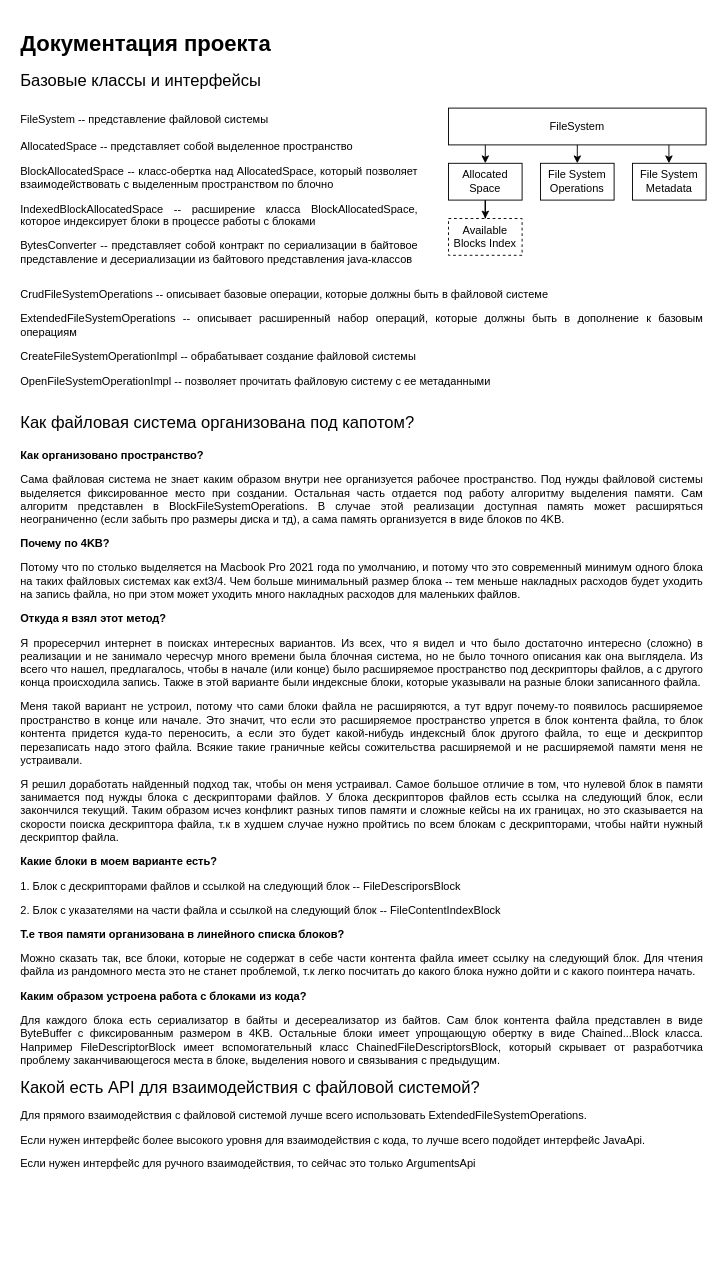
Before: etc/fs_arch.drawio in vdlald/file-system, a draw.io diagram. Source tidied: cells renumbered, new cells numbered last; positions are measured from the earlier drawing's top-left corner, leaving out a move shared by most shapes. Both pictures are drawn from the tidied source at 92%, with x=0, y=0 at pixel (16, 25).
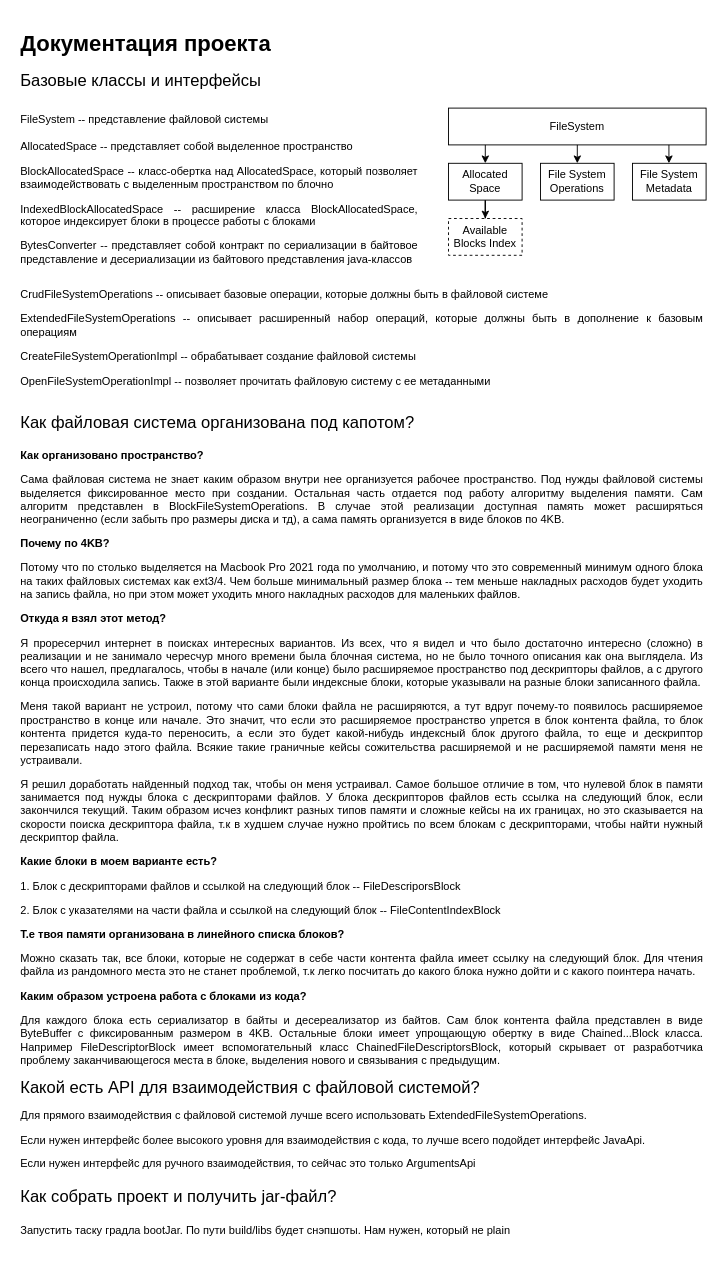
The same page after the edit.

Change to the diagram source:
```diff
@@
 <mxGraphModel>
   <root>
     <mxCell id="0" />
     <mxCell id="1" parent="0" />
     <mxCell id="2" value="FileSystem" style="rounded=0;whiteSpace=wrap;html=1;" parent="1" vertex="1">
       <mxGeometry x="470" y="90" width="280" height="40" as="geometry" />
     </mxCell>
     <mxCell id="3" style="edgeStyle=orthogonalEdgeStyle;rounded=0;jettySize=auto;html=1;" parent="1" edge="1" source="4" target="11">
       <mxGeometry relative="1" as="geometry" />
     </mxCell>
     <mxCell id="4" value="Allocated Space" style="rounded=0;whiteSpace=wrap;html=1;" parent="1" vertex="1">
       <mxGeometry x="470" y="150" width="80" height="40" as="geometry" />
     </mxCell>
     <mxCell id="5" value="File System Operations" style="rounded=0;whiteSpace=wrap;html=1;" parent="1" vertex="1">
       <mxGeometry x="570" y="150" width="80" height="40" as="geometry" />
     </mxCell>
     <mxCell id="6" value="File System&lt;br&gt;Metadata" style="rounded=0;whiteSpace=wrap;html=1;" parent="1" vertex="1">
       <mxGeometry x="670" y="150" width="80" height="40" as="geometry" />
     </mxCell>
     <mxCell id="7" style="endArrow=classic;html=1;rounded=0;exitX=0.5;exitY=1;exitDx=0;exitDy=0;entryX=0.5;entryY=0;entryDx=0;entryDy=0;" parent="1" edge="1" source="2" target="5">
       <mxGeometry relative="1" as="geometry" />
     </mxCell>
     <mxCell id="8" style="endArrow=classic;html=1;rounded=0;exitX=0.5;exitY=1;exitDx=0;exitDy=0;entryX=0.5;entryY=0;entryDx=0;entryDy=0;" parent="1" edge="1">
       <mxGeometry relative="1" as="geometry">
         <mxPoint x="510" y="130" as="sourcePoint" />
         <mxPoint x="510" y="150" as="targetPoint" />
       </mxGeometry>
     </mxCell>
     <mxCell id="9" style="endArrow=classic;html=1;rounded=0;exitX=0.5;exitY=1;exitDx=0;exitDy=0;entryX=0.5;entryY=0;entryDx=0;entryDy=0;" parent="1" edge="1">
       <mxGeometry relative="1" as="geometry">
         <mxPoint x="709.6" y="130" as="sourcePoint" />
         <mxPoint x="709.6" y="150" as="targetPoint" />
       </mxGeometry>
     </mxCell>
     <mxCell id="10" value="&lt;h1 style=&quot;text-align: justify;&quot;&gt;Документация проекта&lt;/h1&gt;&lt;h1 style=&quot;text-align: justify;&quot;&gt;&lt;p style=&quot;font-size: 12px; font-weight: 400;&quot;&gt;&lt;font style=&quot;font-size: 18px;&quot;&gt;Базовые классы и интерфейсы&lt;/font&gt;&lt;/p&gt;&lt;span style=&quot;font-size: 12px; font-weight: 400;&quot;&gt;FileSystem -- п&lt;/span&gt;&lt;span style=&quot;font-size: 12px; font-weight: 400; background-color: initial;&quot;&gt;редставление файловой системы&lt;/span&gt;&lt;span style=&quot;font-size: 12px; font-weight: 400;&quot;&gt;&lt;br&gt;&lt;/span&gt;&lt;p style=&quot;font-size: 12px; font-weight: 400;&quot;&gt;AllocatedSpace -- представляет собой выделенное пространство&amp;nbsp;&lt;/p&gt;&lt;p style=&quot;font-size: 12px; font-weight: 400;&quot;&gt;&lt;span style=&quot;background-color: initial;&quot;&gt;BlockAllocatedSpace -- класс-обертка над AllocatedSpace, который позволяет взаимодействовать с выделенным пространством по блочно&lt;/span&gt;&lt;/p&gt;&lt;p style=&quot;font-size: 12px; font-weight: 400;&quot;&gt;IndexedBlockAllocatedSpace -- расширение класса BlockAllocatedSpace, которое индексирует блоки в процессе работы с блоками&lt;/p&gt;&lt;p style=&quot;font-size: 12px; font-weight: 400;&quot;&gt;BytesConverter -- представляет собой контракт по сериализации в байтовое представление и десериализации из байтового представления java-классов&amp;nbsp;&lt;/p&gt;&lt;p style=&quot;font-size: 12px; font-weight: 400;&quot;&gt;&lt;br&gt;&lt;/p&gt;&lt;/h1&gt;" style="text;html=1;strokeColor=none;fillColor=none;spacing=5;spacingTop=-20;whiteSpace=wrap;overflow=hidden;rounded=0;" parent="1" vertex="1">
       <mxGeometry width="440" height="280" as="geometry" />
     </mxCell>
     <mxCell id="11" value="Available Blocks Index" style="rounded=0;whiteSpace=wrap;html=1;dashed=1;" parent="1" vertex="1">
       <mxGeometry x="470" y="210" width="80" height="40" as="geometry" />
     </mxCell>
     <mxCell id="12" value="&lt;h1 style=&quot;&quot;&gt;&lt;p style=&quot;text-align: justify; font-size: 12px; font-weight: 400;&quot;&gt;CrudFileSystemOperations -- описывает базовые операции, которые должны быть в файловой системе&lt;/p&gt;&lt;p style=&quot;text-align: justify; font-size: 12px; font-weight: 400;&quot;&gt;ExtendedFileSystemOperations -- описывает расширенный набор операций, которые должны быть в дополнение к базовым операциям&lt;/p&gt;&lt;p style=&quot;text-align: justify; font-size: 12px; font-weight: 400;&quot;&gt;CreateFileSystemOperationImpl -- обрабатывает создание файловой системы&lt;/p&gt;&lt;p style=&quot;text-align: justify; font-size: 12px; font-weight: 400;&quot;&gt;OpenFileSystemOperationImpl -- позволяет прочитать файловую систему с ее метаданными&lt;/p&gt;&lt;/h1&gt;" style="text;html=1;strokeColor=none;fillColor=none;spacing=5;spacingTop=-20;whiteSpace=wrap;overflow=hidden;rounded=0;align=left;" parent="1" vertex="1">
       <mxGeometry y="280" width="750" height="120" as="geometry" />
     </mxCell>
-    <mxCell id="13" value="&lt;h1&gt;&lt;span style=&quot;font-size: 18px; font-weight: normal;&quot;&gt;Как файловая система организована под капотом?&lt;/span&gt;&lt;/h1&gt;&lt;p style=&quot;text-align: justify;&quot;&gt;&lt;b&gt;Как организовано пространство?&lt;/b&gt;&lt;/p&gt;&lt;p style=&quot;text-align: justify;&quot;&gt;Сама файловая система не знает каким образом внутри нее организуется рабочее пространство. Под нужды файловой системы выделяется фиксированное место при создании. Остальная часть отдается под работу алгоритму выделения памяти. Сам алгоритм представлен в BlockFileSystemOperations. В случае этой реализации доступная память может расширяться неограниченно (если забыть про размеры диска и тд), а сама память организуется в виде блоков по 4KB.&amp;nbsp;&lt;/p&gt;&lt;p style=&quot;text-align: justify;&quot;&gt;&lt;b&gt;Почему по 4KB?&amp;nbsp;&lt;/b&gt;&lt;/p&gt;&lt;p style=&quot;text-align: justify;&quot;&gt;Потому что по столько выделяется на Macbook Pro 2021 года по умолчанию, и потому что это современный минимум одного блока на таких файловых системах как ext3/4. Чем больше минимальный размер блока -- тем меньше накладных расходов будет уходить на запись файла, но при этом может уходить много накладных расходов для маленьких файлов.&amp;nbsp;&lt;/p&gt;&lt;p style=&quot;text-align: justify;&quot;&gt;&lt;b&gt;Откуда я взял этот метод?&lt;/b&gt;&lt;/p&gt;&lt;p style=&quot;text-align: justify;&quot;&gt;Я проресерчил интернет в поисках интересных вариантов. Из всех, что я видел и что было достаточно интересно (сложно) в реализации и не занимало чересчур много времени была блочная система, но не было точного описания как она выглядела. Из всего что нашел, предлагалось, чтобы в начале (или конце) было расширяемое пространство под дескрипторы файлов, а с другого конца происходила запись. Также в этой варианте были индексные блоки, которые указывали на разные блоки записанного файла.&lt;/p&gt;&lt;p style=&quot;text-align: justify;&quot;&gt;Меня такой вариант не устроил, потому что с&lt;span style=&quot;background-color: initial;&quot;&gt;ами блоки файла не расширяются, а тут вдруг почему-то появилось расширяемое пространство в конце или начале. Это значит, что если это расширяемое пространство упрется в блок контента файла, то блок контента придется куда-то переносить, а если это будет какой-нибудь индексный блок другого файла, то еще и дескриптор перезаписать надо этого файла. Всякие такие граничные кейсы сожительства расширяемой и не расширяемой памяти меня не устраивали.&lt;/span&gt;&lt;/p&gt;&lt;p style=&quot;text-align: justify;&quot;&gt;Я решил доработать найденный подход так, чтобы он меня устраивал. Самое большое отличие в том, что нулевой блок в памяти занимается под нужды блока с дескрипторами файлов. У блока дескрипторов файлов есть ссылка на следующий блок, если закончился текущий. Таким образом исчез конфликт разных типов памяти и сложные кейсы на их границах, но это сказывается на скорости поиска дескриптора файла, т.к в худшем случае нужно пройтись по всем блокам с дескрипторами, чтобы найти нужный дескриптор файла.&amp;nbsp;&lt;/p&gt;&lt;p style=&quot;text-align: justify;&quot;&gt;&lt;b&gt;Какие блоки в моем варианте есть?&lt;/b&gt;&lt;/p&gt;&lt;p style=&quot;text-align: justify;&quot;&gt;1. Блок с дескрипторами файлов и ссылкой на следующий блок -- FileDescriporsBlock&lt;/p&gt;&lt;p style=&quot;text-align: justify;&quot;&gt;2. Блок с указателями на части файла и ссылкой на следующий блок -- FileContentIndexBlock&lt;/p&gt;&lt;p style=&quot;text-align: justify;&quot;&gt;&lt;b&gt;Т.е твоя памяти организована в линейного списка блоков?&lt;/b&gt;&lt;/p&gt;&lt;p style=&quot;text-align: justify;&quot;&gt;Можно сказать так, все блоки, которые не содержат в себе части контента файла имеет ссылку на следующий блок. Для чтения файла из рандомного места это не станет проблемой, т.к легко посчитать до какого блока нужно дойти и с какого поинтера начать.&lt;/p&gt;&lt;p style=&quot;text-align: justify;&quot;&gt;&lt;b style=&quot;background-color: initial;&quot;&gt;Каким образом устроена работа с блоками из кода?&lt;/b&gt;&lt;br&gt;&lt;/p&gt;&lt;p style=&quot;text-align: justify;&quot;&gt;Для каждого блока есть сериализатор в байты и десереализатор из байтов. Сам блок контента файла представлен в виде ByteBuffer с фиксированным размером в 4KB. Остальные блоки имеет упрощающую обертку в виде Chained...Block класса. Например FileDescriptorBlock имеет вспомогательный класс ChainedFileDescriptorsBlock, который скрывает от разработчика проблему заканчивающегося места в блоке, выделения нового и связывания с предыдущим.&lt;/p&gt;&lt;h1 style=&quot;font-size: 18px;&quot;&gt;&lt;span style=&quot;font-weight: 400;&quot;&gt;Какой есть API для взаимодействия с файловой системой?&lt;/span&gt;&lt;/h1&gt;&lt;p&gt;Для прямого взаимодействия с файловой системой лучше всего использовать ExtendedFileSystemOperations.&amp;nbsp;&lt;/p&gt;&lt;p&gt;Если нужен интерфейс более высокого уровня для взаимодействия с кода, то лучше всего подойдет интерфейс JavaApi.&amp;nbsp;&lt;/p&gt;&lt;p&gt;Если нужен интерфейс для ручного взаимодействия, то сейчас это только ArgumentsApi&lt;/p&gt;" style="text;html=1;strokeColor=none;fillColor=none;spacing=5;spacingTop=-20;whiteSpace=wrap;overflow=hidden;rounded=0;" parent="1" vertex="1">
-      <mxGeometry y="410" width="750" height="880" as="geometry" />
+    <mxCell id="13" value="&lt;h1&gt;&lt;span style=&quot;font-size: 18px; font-weight: normal;&quot;&gt;Как файловая система организована под капотом?&lt;/span&gt;&lt;/h1&gt;&lt;p style=&quot;text-align: justify;&quot;&gt;&lt;b&gt;Как организовано пространство?&lt;/b&gt;&lt;/p&gt;&lt;p style=&quot;text-align: justify;&quot;&gt;Сама файловая система не знает каким образом внутри нее организуется рабочее пространство. Под нужды файловой системы выделяется фиксированное место при создании. Остальная часть отдается под работу алгоритму выделения памяти. Сам алгоритм представлен в BlockFileSystemOperations. В случае этой реализации доступная память может расширяться неограниченно (если забыть про размеры диска и тд), а сама память организуется в виде блоков по 4KB.&amp;nbsp;&lt;/p&gt;&lt;p style=&quot;text-align: justify;&quot;&gt;&lt;b&gt;Почему по 4KB?&amp;nbsp;&lt;/b&gt;&lt;/p&gt;&lt;p style=&quot;text-align: justify;&quot;&gt;Потому что по столько выделяется на Macbook Pro 2021 года по умолчанию, и потому что это современный минимум одного блока на таких файловых системах как ext3/4. Чем больше минимальный размер блока -- тем меньше накладных расходов будет уходить на запись файла, но при этом может уходить много накладных расходов для маленьких файлов.&amp;nbsp;&lt;/p&gt;&lt;p style=&quot;text-align: justify;&quot;&gt;&lt;b&gt;Откуда я взял этот метод?&lt;/b&gt;&lt;/p&gt;&lt;p style=&quot;text-align: justify;&quot;&gt;Я проресерчил интернет в поисках интересных вариантов. Из всех, что я видел и что было достаточно интересно (сложно) в реализации и не занимало чересчур много времени была блочная система, но не было точного описания как она выглядела. Из всего что нашел, предлагалось, чтобы в начале (или конце) было расширяемое пространство под дескрипторы файлов, а с другого конца происходила запись. Также в этой варианте были индексные блоки, которые указывали на разные блоки записанного файла.&lt;/p&gt;&lt;p style=&quot;text-align: justify;&quot;&gt;Меня такой вариант не устроил, потому что с&lt;span style=&quot;background-color: initial;&quot;&gt;ами блоки файла не расширяются, а тут вдруг почему-то появилось расширяемое пространство в конце или начале. Это значит, что если это расширяемое пространство упрется в блок контента файла, то блок контента придется куда-то переносить, а если это будет какой-нибудь индексный блок другого файла, то еще и дескриптор перезаписать надо этого файла. Всякие такие граничные кейсы сожительства расширяемой и не расширяемой памяти меня не устраивали.&lt;/span&gt;&lt;/p&gt;&lt;p style=&quot;text-align: justify;&quot;&gt;Я решил доработать найденный подход так, чтобы он меня устраивал. Самое большое отличие в том, что нулевой блок в памяти занимается под нужды блока с дескрипторами файлов. У блока дескрипторов файлов есть ссылка на следующий блок, если закончился текущий. Таким образом исчез конфликт разных типов памяти и сложные кейсы на их границах, но это сказывается на скорости поиска дескриптора файла, т.к в худшем случае нужно пройтись по всем блокам с дескрипторами, чтобы найти нужный дескриптор файла.&amp;nbsp;&lt;/p&gt;&lt;p style=&quot;text-align: justify;&quot;&gt;&lt;b&gt;Какие блоки в моем варианте есть?&lt;/b&gt;&lt;/p&gt;&lt;p style=&quot;text-align: justify;&quot;&gt;1. Блок с дескрипторами файлов и ссылкой на следующий блок -- FileDescriporsBlock&lt;/p&gt;&lt;p style=&quot;text-align: justify;&quot;&gt;2. Блок с указателями на части файла и ссылкой на следующий блок -- FileContentIndexBlock&lt;/p&gt;&lt;p style=&quot;text-align: justify;&quot;&gt;&lt;b&gt;Т.е твоя памяти организована в линейного списка блоков?&lt;/b&gt;&lt;/p&gt;&lt;p style=&quot;text-align: justify;&quot;&gt;Можно сказать так, все блоки, которые не содержат в себе части контента файла имеет ссылку на следующий блок. Для чтения файла из рандомного места это не станет проблемой, т.к легко посчитать до какого блока нужно дойти и с какого поинтера начать.&lt;/p&gt;&lt;p style=&quot;text-align: justify;&quot;&gt;&lt;b style=&quot;background-color: initial;&quot;&gt;Каким образом устроена работа с блоками из кода?&lt;/b&gt;&lt;br&gt;&lt;/p&gt;&lt;p style=&quot;text-align: justify;&quot;&gt;Для каждого блока есть сериализатор в байты и десереализатор из байтов. Сам блок контента файла представлен в виде ByteBuffer с фиксированным размером в 4KB. Остальные блоки имеет упрощающую обертку в виде Chained...Block класса. Например FileDescriptorBlock имеет вспомогательный класс ChainedFileDescriptorsBlock, который скрывает от разработчика проблему заканчивающегося места в блоке, выделения нового и связывания с предыдущим.&lt;/p&gt;&lt;h1 style=&quot;font-size: 18px;&quot;&gt;&lt;span style=&quot;font-weight: 400;&quot;&gt;Какой есть API для взаимодействия с файловой системой?&lt;/span&gt;&lt;/h1&gt;&lt;p&gt;Для прямого взаимодействия с файловой системой лучше всего использовать ExtendedFileSystemOperations.&amp;nbsp;&lt;/p&gt;&lt;p&gt;Если нужен интерфейс более высокого уровня для взаимодействия с кода, то лучше всего подойдет интерфейс JavaApi.&amp;nbsp;&lt;/p&gt;&lt;p&gt;Если нужен интерфейс для ручного взаимодействия, то сейчас это только ArgumentsApi&lt;/p&gt;&lt;p style=&quot;font-size: 18px;&quot;&gt;Как собрать проект и получить jar-файл?&lt;/p&gt;&lt;p style=&quot;&quot;&gt;Запустить таску градла bootJar. По пути build/libs будeт снэпшоты. Нам нужен, который не plain&lt;/p&gt;" style="text;html=1;strokeColor=none;fillColor=none;spacing=5;spacingTop=-20;whiteSpace=wrap;overflow=hidden;rounded=0;" parent="1" vertex="1">
+      <mxGeometry y="410" width="750" height="940" as="geometry" />
     </mxCell>
   </root>
 </mxGraphModel>
```
